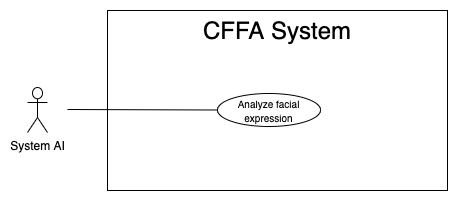
The draw.io diagram Users/HuuDN/UsecaseDiagram/SystemAI/Overview-Emotion.png in luannmdev/CapstoneDocument, before a commit. Source tidied: cells renumbered, new cells last; positions are measured from the earlier drawing's top-left corner, leaving out a move shared by most shapes. Source of this version:
```xml
<mxGraphModel>
  <root>
    <mxCell id="0" />
    <mxCell id="1" parent="0" />
    <mxCell id="2" style="rounded=0;whiteSpace=wrap;html=1;" parent="1" vertex="1">
      <mxGeometry x="80" width="340" height="180" as="geometry" />
    </mxCell>
    <mxCell id="3" value="&lt;span style=&quot;font-size: 24px&quot;&gt;CFFA System&lt;/span&gt;" style="text;html=1;strokeColor=none;fillColor=none;align=center;verticalAlign=middle;whiteSpace=wrap;rounded=0;" parent="1" vertex="1">
      <mxGeometry x="85" y="10" width="330" height="20" as="geometry" />
    </mxCell>
    <mxCell id="4" value="System AI" style="shape=umlActor;verticalLabelPosition=bottom;verticalAlign=top;html=1;" parent="1" vertex="1">
      <mxGeometry y="77" width="20" height="45" as="geometry" />
    </mxCell>
    <mxCell id="5" value="&lt;span style=&quot;font-size: 10px&quot;&gt;Analyze facial expression&lt;/span&gt;" style="ellipse;whiteSpace=wrap;html=1;fillColor=#ffffff;gradientColor=none;" parent="1" vertex="1">
      <mxGeometry x="190" y="83" width="103" height="33" as="geometry" />
    </mxCell>
    <mxCell id="6" style="endArrow=none;html=1;rounded=0;exitX=0;exitY=0.5;exitDx=0;exitDy=0;" parent="1" edge="1" source="5">
      <mxGeometry relative="1" as="geometry">
        <mxPoint x="40" y="99" as="targetPoint" />
      </mxGeometry>
    </mxCell>
  </root>
</mxGraphModel>
```
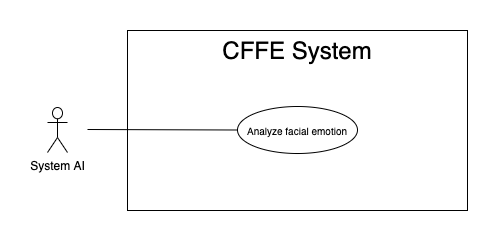
The same file after the commit.

Diff of the diagram source:
```diff
@@ -5,14 +5,14 @@
     <mxCell id="2" style="rounded=0;whiteSpace=wrap;html=1;" parent="1" vertex="1">
       <mxGeometry x="80" width="340" height="180" as="geometry" />
     </mxCell>
-    <mxCell id="3" value="&lt;span style=&quot;font-size: 24px&quot;&gt;CFFA System&lt;/span&gt;" style="text;html=1;strokeColor=none;fillColor=none;align=center;verticalAlign=middle;whiteSpace=wrap;rounded=0;" parent="1" vertex="1">
+    <mxCell id="3" value="&lt;span style=&quot;font-size: 24px&quot;&gt;CFFE System&lt;/span&gt;" style="text;html=1;strokeColor=none;fillColor=none;align=center;verticalAlign=middle;whiteSpace=wrap;rounded=0;" parent="1" vertex="1">
       <mxGeometry x="85" y="10" width="330" height="20" as="geometry" />
     </mxCell>
     <mxCell id="4" value="System AI" style="shape=umlActor;verticalLabelPosition=bottom;verticalAlign=top;html=1;" parent="1" vertex="1">
       <mxGeometry y="77" width="20" height="45" as="geometry" />
     </mxCell>
-    <mxCell id="5" value="&lt;span style=&quot;font-size: 10px&quot;&gt;Analyze facial expression&lt;/span&gt;" style="ellipse;whiteSpace=wrap;html=1;fillColor=#ffffff;gradientColor=none;" parent="1" vertex="1">
-      <mxGeometry x="190" y="83" width="103" height="33" as="geometry" />
+    <mxCell id="5" value="&lt;span style=&quot;font-size: 10px&quot;&gt;Analyze facial emotion&lt;/span&gt;" style="ellipse;whiteSpace=wrap;html=1;fillColor=#ffffff;gradientColor=none;" parent="1" vertex="1">
+      <mxGeometry x="190" y="76" width="120" height="47" as="geometry" />
     </mxCell>
     <mxCell id="6" style="endArrow=none;html=1;rounded=0;exitX=0;exitY=0.5;exitDx=0;exitDy=0;" parent="1" edge="1" source="5">
       <mxGeometry relative="1" as="geometry">
```
